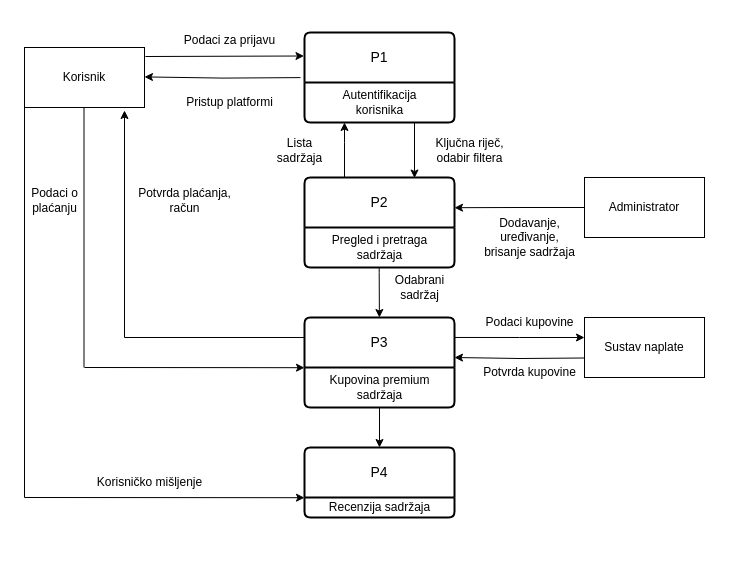
This is 2. Specifikacija zahtjeva/Model procesa/Pregledni dijagram glavnih procesa.drawio from Franjo7/PIS, a draw.io file, before an edit. Source tidied: cells renumbered, new cells numbered last; positions are measured from the earlier drawing's top-left corner, leaving out a move shared by most shapes. Both pictures are drawn from the tidied source at 100%, with x=0, y=0 at pixel (19, 25).
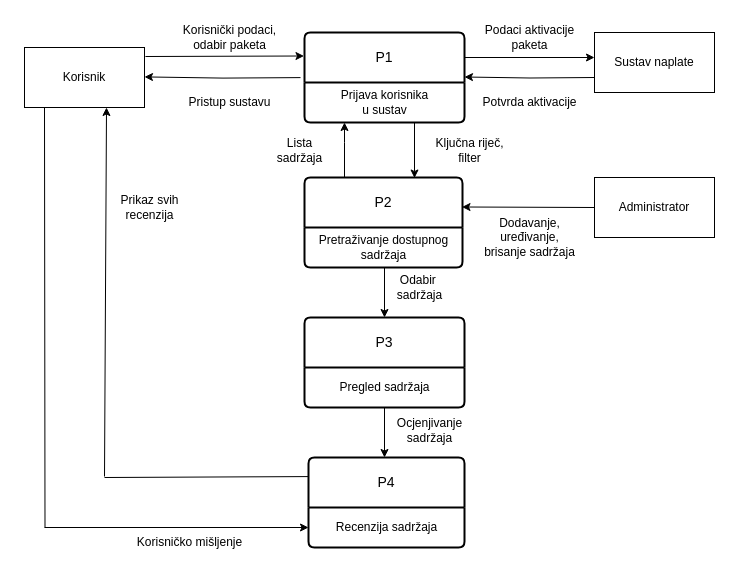
After the change.

Commit message (it also covers changes not shown here):
Izmijenjeni model funkcija i model procesa

The change refers to these unchanged cells:
```xml
<mxCell id="5" value="Korisnik" style="rounded=0;whiteSpace=wrap;html=1;" parent="1" vertex="1">
  <mxGeometry x="5" y="22" width="120" height="60" as="geometry" />
</mxCell>
```

What changed in the source:
```diff
@@
     <mxCell id="2" value="P1" style="swimlane;horizontal=1;startSize=50;rounded=1;fontSize=14;fontStyle=0;strokeWidth=2;shadow=0;dashed=0;align=center;arcSize=4;whiteSpace=wrap;html=1;" parent="1" vertex="1">
-      <mxGeometry x="285" y="7" width="150" height="90" as="geometry" />
+      <mxGeometry x="285" y="7" width="160" height="90" as="geometry" />
     </mxCell>
-    <mxCell id="3" value="Autentifikacija &lt;br&gt;korisnika" style="text;html=1;align=center;verticalAlign=middle;strokeColor=none;fillColor=none;" parent="2" vertex="1">
-      <mxGeometry y="50" width="150" height="40" as="geometry" />
-    </mxCell>
-    <mxCell id="4" style="edgeStyle=orthogonalEdgeStyle;rounded=0;jettySize=auto;html=1;exitX=1.008;exitY=0.15;exitDx=0;exitDy=0;exitPerimeter=0;" parent="1" edge="1" source="5">
-      <mxGeometry relative="1" as="geometry">
-        <mxPoint x="284.5" y="30.5" as="targetPoint" />
-      </mxGeometry>
-    </mxCell>
+    <mxCell id="39" value="Prijava korisnika &lt;br&gt;u sustav" style="text;html=1;align=center;verticalAlign=middle;strokeColor=none;fillColor=none;" parent="2" vertex="1">
+      <mxGeometry y="50" width="160" height="40" as="geometry" />
+    </mxCell>
+    <mxCell id="40" style="edgeStyle=orthogonalEdgeStyle;rounded=0;jettySize=auto;html=1;exitX=1.008;exitY=0.15;exitDx=0;exitDy=0;exitPerimeter=0;" parent="1" edge="1" source="5">
+      <mxGeometry relative="1" as="geometry">
+        <mxPoint x="284.5" y="30.5" as="targetPoint" />
+      </mxGeometry>
+    </mxCell>
@@
-    <mxCell id="6" style="edgeStyle=orthogonalEdgeStyle;rounded=0;orthogonalLoop=1;jettySize=auto;html=1;exitX=0;exitY=0.443;exitDx=0;exitDy=0;exitPerimeter=0;entryX=1.033;entryY=0.617;entryDx=0;entryDy=0;entryPerimeter=0;" parent="1" edge="1">
-      <mxGeometry relative="1" as="geometry">
-        <mxPoint x="281" y="52.1" as="sourcePoint" />
-        <mxPoint x="125" y="51.4" as="targetPoint" />
-      </mxGeometry>
-    </mxCell>
-    <mxCell id="7" value="Podaci za prijavu" style="text;html=1;align=center;verticalAlign=middle;strokeColor=none;fillColor=none;" parent="1" vertex="1">
-      <mxGeometry x="155" width="110" height="30" as="geometry" />
-    </mxCell>
-    <mxCell id="8" value="Pristup platformi" style="text;html=1;align=center;verticalAlign=middle;strokeColor=none;fillColor=none;" parent="1" vertex="1">
-      <mxGeometry x="155" y="62" width="110" height="30" as="geometry" />
-    </mxCell>
+    <mxCell id="41" style="edgeStyle=orthogonalEdgeStyle;rounded=0;orthogonalLoop=1;jettySize=auto;html=1;exitX=0;exitY=0.443;exitDx=0;exitDy=0;exitPerimeter=0;entryX=1.033;entryY=0.617;entryDx=0;entryDy=0;entryPerimeter=0;" parent="1" edge="1">
+      <mxGeometry relative="1" as="geometry">
+        <mxPoint x="281" y="52.1" as="sourcePoint" />
+        <mxPoint x="125" y="51.4" as="targetPoint" />
+      </mxGeometry>
+    </mxCell>
+    <mxCell id="42" value="Korisnički podaci,&lt;br&gt;odabir paketa" style="text;html=1;align=center;verticalAlign=middle;strokeColor=none;fillColor=none;" parent="1" vertex="1">
+      <mxGeometry x="150" y="-8" width="120" height="40" as="geometry" />
+    </mxCell>
+    <mxCell id="43" value="Pristup sustavu" style="text;html=1;align=center;verticalAlign=middle;strokeColor=none;fillColor=none;" parent="1" vertex="1">
+      <mxGeometry x="155" y="62" width="110" height="30" as="geometry" />
+    </mxCell>
     <mxCell id="9" value="P2" style="swimlane;horizontal=1;startSize=50;rounded=1;fontSize=14;fontStyle=0;strokeWidth=2;shadow=0;dashed=0;align=center;arcSize=4;whiteSpace=wrap;html=1;" parent="1" vertex="1">
-      <mxGeometry x="285" y="152" width="150" height="90" as="geometry" />
+      <mxGeometry x="285" y="152" width="158" height="90" as="geometry" />
     </mxCell>
-    <mxCell id="10" value="Pregled i pretraga &lt;br&gt;sadržaja" style="text;html=1;align=center;verticalAlign=middle;points=[];strokeColor=none;fillColor=none;" parent="9" vertex="1">
-      <mxGeometry y="50" width="150" height="40" as="geometry" />
-    </mxCell>
-    <mxCell id="11" style="edgeStyle=orthogonalEdgeStyle;rounded=0;orthogonalLoop=1;jettySize=auto;html=1;entryX=1.033;entryY=0.617;entryDx=0;entryDy=0;entryPerimeter=0;" parent="1" edge="1">
-      <mxGeometry relative="1" as="geometry">
-        <mxPoint x="325" y="152" as="sourcePoint" />
-        <mxPoint x="325" y="97" as="targetPoint" />
-        <Array as="points">
-          <mxPoint x="325" y="117" />
-          <mxPoint x="325" y="117" />
-        </Array>
-      </mxGeometry>
-    </mxCell>
+    <mxCell id="44" value="Pretraživanje dostupnog &lt;br&gt;sadržaja" style="text;html=1;align=center;verticalAlign=middle;strokeColor=none;fillColor=none;" parent="9" vertex="1">
+      <mxGeometry y="50" width="158" height="40" as="geometry" />
+    </mxCell>
+    <mxCell id="45" style="edgeStyle=orthogonalEdgeStyle;rounded=0;orthogonalLoop=1;jettySize=auto;html=1;entryX=1.033;entryY=0.617;entryDx=0;entryDy=0;entryPerimeter=0;" parent="1" edge="1">
+      <mxGeometry relative="1" as="geometry">
+        <mxPoint x="325" y="152" as="sourcePoint" />
+        <mxPoint x="325" y="97" as="targetPoint" />
+        <Array as="points">
+          <mxPoint x="325" y="117" />
+          <mxPoint x="325" y="117" />
+        </Array>
+      </mxGeometry>
+    </mxCell>
@@
-    <mxCell id="13" value="Ključna riječ,&lt;br&gt;odabir filtera" style="text;html=1;align=center;verticalAlign=middle;strokeColor=none;fillColor=none;" parent="1" vertex="1">
-      <mxGeometry x="405" y="105" width="90" height="40" as="geometry" />
-    </mxCell>
-    <mxCell id="14" style="edgeStyle=orthogonalEdgeStyle;rounded=0;jettySize=auto;html=1;entryX=0.5;entryY=0;entryDx=0;entryDy=0;" parent="1" edge="1" source="15" target="22">
-      <mxGeometry relative="1" as="geometry" />
-    </mxCell>
+    <mxCell id="46" value="Ključna riječ, &lt;br&gt;filter" style="text;html=1;align=center;verticalAlign=middle;strokeColor=none;fillColor=none;" parent="1" vertex="1">
+      <mxGeometry x="405" y="105" width="90" height="40" as="geometry" />
+    </mxCell>
     <mxCell id="15" value="P3" style="swimlane;horizontal=1;startSize=50;rounded=1;fontSize=14;fontStyle=0;strokeWidth=2;shadow=0;dashed=0;align=center;arcSize=4;whiteSpace=wrap;html=1;" parent="1" vertex="1">
-      <mxGeometry x="285" y="292" width="150" height="90" as="geometry" />
+      <mxGeometry x="285" y="292" width="160" height="90" as="geometry" />
     </mxCell>
-    <mxCell id="16" value="Kupovina premium &lt;br&gt;sadržaja" style="text;html=1;align=center;verticalAlign=middle;strokeColor=none;fillColor=none;" parent="15" vertex="1">
-      <mxGeometry y="50" width="150" height="40" as="geometry" />
-    </mxCell>
-    <mxCell id="17" style="edgeStyle=orthogonalEdgeStyle;rounded=0;orthogonalLoop=1;jettySize=auto;html=1;" parent="1" edge="1">
-      <mxGeometry relative="1" as="geometry">
-        <mxPoint x="395" y="97.5" as="sourcePoint" />
-        <mxPoint x="395" y="152.5" as="targetPoint" />
-      </mxGeometry>
-    </mxCell>
-    <mxCell id="18" style="edgeStyle=orthogonalEdgeStyle;rounded=0;jettySize=auto;html=1;exitX=0.498;exitY=1.018;exitDx=0;exitDy=0;exitPerimeter=0;" parent="1" edge="1" source="10">
-      <mxGeometry relative="1" as="geometry">
-        <mxPoint x="359.9" y="292" as="targetPoint" />
-        <Array as="points">
-          <mxPoint x="360" y="247" />
-        </Array>
-      </mxGeometry>
-    </mxCell>
-    <mxCell id="19" style="endArrow=none;html=1;rounded=0;" parent="1" edge="1">
-      <mxGeometry relative="1" as="geometry">
-        <mxPoint x="64.5" y="342" as="sourcePoint" />
-        <mxPoint x="64.5" y="82" as="targetPoint" />
-      </mxGeometry>
-    </mxCell>
-    <mxCell id="20" style="endArrow=classic;html=1;rounded=0;entryX=-0.013;entryY=0.433;entryDx=0;entryDy=0;entryPerimeter=0;" parent="1" edge="1">
-      <mxGeometry relative="1" as="geometry">
-        <mxPoint x="65" y="342" as="sourcePoint" />
-        <mxPoint x="285" y="342.2" as="targetPoint" />
-      </mxGeometry>
-    </mxCell>
-    <mxCell id="21" value="Odabrani&lt;br&gt;sadržaj" style="text;html=1;align=center;verticalAlign=middle;strokeColor=none;fillColor=none;" parent="1" vertex="1">
-      <mxGeometry x="365" y="242" width="70" height="40" as="geometry" />
-    </mxCell>
+    <mxCell id="47" value="Pregled sadržaja" style="text;html=1;align=center;verticalAlign=middle;strokeColor=none;fillColor=none;" parent="15" vertex="1">
+      <mxGeometry y="50" width="160" height="40" as="geometry" />
+    </mxCell>
+    <mxCell id="48" style="edgeStyle=orthogonalEdgeStyle;rounded=0;orthogonalLoop=1;jettySize=auto;html=1;" parent="1" edge="1">
+      <mxGeometry relative="1" as="geometry">
+        <mxPoint x="395" y="97.5" as="sourcePoint" />
+        <mxPoint x="395" y="152.5" as="targetPoint" />
+      </mxGeometry>
+    </mxCell>
+    <mxCell id="49" style="endArrow=none;html=1;rounded=0;" parent="1" edge="1">
+      <mxGeometry relative="1" as="geometry">
+        <mxPoint x="25.5" y="502" as="sourcePoint" />
+        <mxPoint x="25" y="82" as="targetPoint" />
+      </mxGeometry>
+    </mxCell>
+    <mxCell id="50" style="endArrow=classic;html=1;rounded=0;entryX=-0.013;entryY=0.433;entryDx=0;entryDy=0;entryPerimeter=0;" parent="1" edge="1">
+      <mxGeometry relative="1" as="geometry">
+        <mxPoint x="25" y="502" as="sourcePoint" />
+        <mxPoint x="289" y="502" as="targetPoint" />
+      </mxGeometry>
+    </mxCell>
+    <mxCell id="51" value="Odabir&amp;nbsp;&lt;br&gt;sadržaja" style="text;html=1;align=center;verticalAlign=middle;strokeColor=none;fillColor=none;" parent="1" vertex="1">
+      <mxGeometry x="365" y="242" width="70" height="40" as="geometry" />
+    </mxCell>
+    <mxCell id="30" value="Korisničko mišljenje" style="text;html=1;align=center;verticalAlign=middle;strokeColor=none;fillColor=none;" parent="1" vertex="1">
+      <mxGeometry x="105" y="502" width="130" height="30" as="geometry" />
+    </mxCell>
+    <mxCell id="32" value="Administrator" style="rounded=0;whiteSpace=wrap;html=1;" parent="1" vertex="1">
+      <mxGeometry x="575" y="152" width="120" height="60" as="geometry" />
+    </mxCell>
+    <mxCell id="33" value="Dodavanje,&lt;br&gt;uređivanje,&lt;br&gt;brisanje sadržaja" style="text;html=1;align=center;verticalAlign=middle;strokeColor=none;fillColor=none;" parent="1" vertex="1">
+      <mxGeometry x="455" y="182" width="110" height="60" as="geometry" />
+    </mxCell>
+    <mxCell id="52" style="edgeStyle=orthogonalEdgeStyle;rounded=0;orthogonalLoop=1;jettySize=auto;html=1;exitX=0;exitY=0.5;exitDx=0;exitDy=0;" parent="1" edge="1">
+      <mxGeometry relative="1" as="geometry">
+        <mxPoint x="575" y="52" as="sourcePoint" />
+        <mxPoint x="445" y="51.5" as="targetPoint" />
+      </mxGeometry>
+    </mxCell>
+    <mxCell id="35" value="Sustav naplate" style="rounded=0;whiteSpace=wrap;html=1;" parent="1" vertex="1">
+      <mxGeometry x="575" y="7" width="120" height="60" as="geometry" />
+    </mxCell>
+    <mxCell id="53" style="edgeStyle=orthogonalEdgeStyle;rounded=0;orthogonalLoop=1;jettySize=auto;html=1;exitX=1.003;exitY=0.222;exitDx=0;exitDy=0;exitPerimeter=0;" parent="1" edge="1">
+      <mxGeometry relative="1" as="geometry">
+        <mxPoint x="445.5" y="32" as="sourcePoint" />
+        <mxPoint x="575" y="32" as="targetPoint" />
+      </mxGeometry>
+    </mxCell>
+    <mxCell id="54" value="Podaci aktivacije&lt;br&gt;paketa" style="text;html=1;align=center;verticalAlign=middle;strokeColor=none;fillColor=none;" parent="1" vertex="1">
+      <mxGeometry x="455" y="-8" width="110" height="40" as="geometry" />
+    </mxCell>
+    <mxCell id="55" value="Potvrda aktivacije" style="text;html=1;align=center;verticalAlign=middle;strokeColor=none;fillColor=none;" parent="1" vertex="1">
+      <mxGeometry x="450" y="62" width="120" height="30" as="geometry" />
+    </mxCell>
+    <mxCell id="56" style="edgeStyle=orthogonalEdgeStyle;rounded=0;orthogonalLoop=1;jettySize=auto;html=1;" parent="1" edge="1">
+      <mxGeometry relative="1" as="geometry">
+        <mxPoint x="365" y="242" as="sourcePoint" />
+        <mxPoint x="365" y="292" as="targetPoint" />
+      </mxGeometry>
+    </mxCell>
+    <mxCell id="57" style="edgeStyle=orthogonalEdgeStyle;rounded=0;jettySize=auto;html=1;exitX=0;exitY=0.5;exitDx=0;exitDy=0;" parent="1" edge="1" source="32">
+      <mxGeometry relative="1" as="geometry">
+        <mxPoint x="442.5" y="181.5" as="targetPoint" />
+      </mxGeometry>
+    </mxCell>
     <mxCell id="22" value="P4" style="swimlane;horizontal=1;startSize=50;rounded=1;fontSize=14;fontStyle=0;strokeWidth=2;shadow=0;dashed=0;align=center;arcSize=4;whiteSpace=wrap;html=1;" parent="1" vertex="1">
-      <mxGeometry x="285" y="422" width="150" height="70" as="geometry" />
+      <mxGeometry x="289" y="432" width="156" height="90" as="geometry" />
     </mxCell>
     <mxCell id="23" value="Recenzija sadržaja" style="text;html=1;align=center;verticalAlign=middle;strokeColor=none;fillColor=none;" parent="22" vertex="1">
-      <mxGeometry y="50" width="150" height="20" as="geometry" />
+      <mxGeometry y="50" width="156" height="40" as="geometry" />
     </mxCell>
-    <mxCell id="24" style="endArrow=none;html=1;rounded=0;entryX=0;entryY=1;entryDx=0;entryDy=0;" parent="1" edge="1" target="5">
-      <mxGeometry relative="1" as="geometry">
-        <mxPoint x="5" y="472" as="sourcePoint" />
-      </mxGeometry>
-    </mxCell>
-    <mxCell id="25" style="endArrow=classic;html=1;rounded=0;entryX=-0.013;entryY=0.433;entryDx=0;entryDy=0;entryPerimeter=0;" parent="1" edge="1">
-      <mxGeometry relative="1" as="geometry">
-        <mxPoint x="5" y="472" as="sourcePoint" />
-        <mxPoint x="285" y="472.2" as="targetPoint" />
-      </mxGeometry>
-    </mxCell>
-    <mxCell id="26" value="Podaci o&lt;br&gt;plaćanju" style="text;html=1;align=center;verticalAlign=middle;strokeColor=none;fillColor=none;" parent="1" vertex="1">
-      <mxGeometry y="155" width="70" height="40" as="geometry" />
-    </mxCell>
-    <mxCell id="27" style="endArrow=none;html=1;rounded=0;" parent="1" edge="1">
-      <mxGeometry relative="1" as="geometry">
-        <mxPoint x="105" y="312" as="sourcePoint" />
-        <mxPoint x="285" y="312" as="targetPoint" />
-      </mxGeometry>
-    </mxCell>
-    <mxCell id="28" style="endArrow=classic;html=1;rounded=0;" parent="1" edge="1">
-      <mxGeometry relative="1" as="geometry">
-        <mxPoint x="105" y="312" as="sourcePoint" />
-        <mxPoint x="105" y="85" as="targetPoint" />
-      </mxGeometry>
-    </mxCell>
-    <mxCell id="29" value="Potvrda plaćanja,&lt;br&gt;račun" style="text;html=1;align=center;verticalAlign=middle;strokeColor=none;fillColor=none;" parent="1" vertex="1">
-      <mxGeometry x="105" y="155" width="120" height="40" as="geometry" />
-    </mxCell>
-    <mxCell id="30" value="Korisničko mišljenje" style="text;html=1;align=center;verticalAlign=middle;strokeColor=none;fillColor=none;" parent="1" vertex="1">
-      <mxGeometry x="65" y="442" width="130" height="30" as="geometry" />
-    </mxCell>
-    <mxCell id="31" style="edgeStyle=orthogonalEdgeStyle;rounded=0;jettySize=auto;html=1;exitX=0;exitY=0.5;exitDx=0;exitDy=0;" parent="1" edge="1" source="32">
-      <mxGeometry relative="1" as="geometry">
-        <mxPoint x="435" y="182.2" as="targetPoint" />
-      </mxGeometry>
-    </mxCell>
-    <mxCell id="32" value="Administrator" style="rounded=0;whiteSpace=wrap;html=1;" parent="1" vertex="1">
-      <mxGeometry x="565" y="152" width="120" height="60" as="geometry" />
-    </mxCell>
-    <mxCell id="33" value="Dodavanje,&lt;br&gt;uređivanje,&lt;br&gt;brisanje sadržaja" style="text;html=1;align=center;verticalAlign=middle;strokeColor=none;fillColor=none;" parent="1" vertex="1">
-      <mxGeometry x="455" y="182" width="110" height="60" as="geometry" />
-    </mxCell>
-    <mxCell id="34" style="edgeStyle=orthogonalEdgeStyle;rounded=0;orthogonalLoop=1;jettySize=auto;html=1;exitX=0;exitY=0.5;exitDx=0;exitDy=0;" parent="1" edge="1">
-      <mxGeometry relative="1" as="geometry">
-        <mxPoint x="565" y="332.5" as="sourcePoint" />
-        <mxPoint x="435" y="332" as="targetPoint" />
-      </mxGeometry>
-    </mxCell>
-    <mxCell id="35" value="Sustav naplate" style="rounded=0;whiteSpace=wrap;html=1;" parent="1" vertex="1">
-      <mxGeometry x="565" y="292" width="120" height="60" as="geometry" />
-    </mxCell>
-    <mxCell id="36" style="edgeStyle=orthogonalEdgeStyle;rounded=0;jettySize=auto;html=1;exitX=1.003;exitY=0.222;exitDx=0;exitDy=0;exitPerimeter=0;" parent="1" edge="1" source="15">
-      <mxGeometry relative="1" as="geometry">
-        <mxPoint x="565" y="312" as="targetPoint" />
-      </mxGeometry>
-    </mxCell>
-    <mxCell id="37" value="Podaci kupovine" style="text;html=1;align=center;verticalAlign=middle;strokeColor=none;fillColor=none;" parent="1" vertex="1">
-      <mxGeometry x="455" y="282" width="110" height="30" as="geometry" />
-    </mxCell>
-    <mxCell id="38" value="Potvrda kupovine" style="text;html=1;align=center;verticalAlign=middle;strokeColor=none;fillColor=none;" parent="1" vertex="1">
-      <mxGeometry x="450" y="332" width="120" height="30" as="geometry" />
-    </mxCell>
+    <mxCell id="58" style="edgeStyle=orthogonalEdgeStyle;rounded=0;orthogonalLoop=1;jettySize=auto;html=1;" parent="1" edge="1">
+      <mxGeometry relative="1" as="geometry">
+        <mxPoint x="365" y="382" as="sourcePoint" />
+        <mxPoint x="365" y="432" as="targetPoint" />
+      </mxGeometry>
+    </mxCell>
+    <mxCell id="59" style="endArrow=classic;html=1;rounded=0;entryX=0.85;entryY=1.017;entryDx=0;entryDy=0;entryPerimeter=0;" parent="1" edge="1">
+      <mxGeometry relative="1" as="geometry">
+        <mxPoint x="85" y="451" as="sourcePoint" />
+        <mxPoint x="87" y="82" as="targetPoint" />
+      </mxGeometry>
+    </mxCell>
+    <mxCell id="60" style="endArrow=none;html=1;rounded=0;entryX=-0.001;entryY=0.212;entryDx=0;entryDy=0;entryPerimeter=0;" parent="1" edge="1" target="22">
+      <mxGeometry relative="1" as="geometry">
+        <mxPoint x="85" y="452" as="sourcePoint" />
+      </mxGeometry>
+    </mxCell>
+    <mxCell id="61" value="Prikaz svih&lt;br&gt;recenzija" style="text;html=1;align=center;verticalAlign=middle;strokeColor=none;fillColor=none;" parent="1" vertex="1">
+      <mxGeometry x="90" y="162" width="80" height="40" as="geometry" />
+    </mxCell>
+    <mxCell id="62" value="Ocjenjivanje &lt;br&gt;sadržaja" style="text;html=1;align=center;verticalAlign=middle;strokeColor=none;fillColor=none;" parent="1" vertex="1">
+      <mxGeometry x="365" y="385" width="90" height="40" as="geometry" />
+    </mxCell>
```
